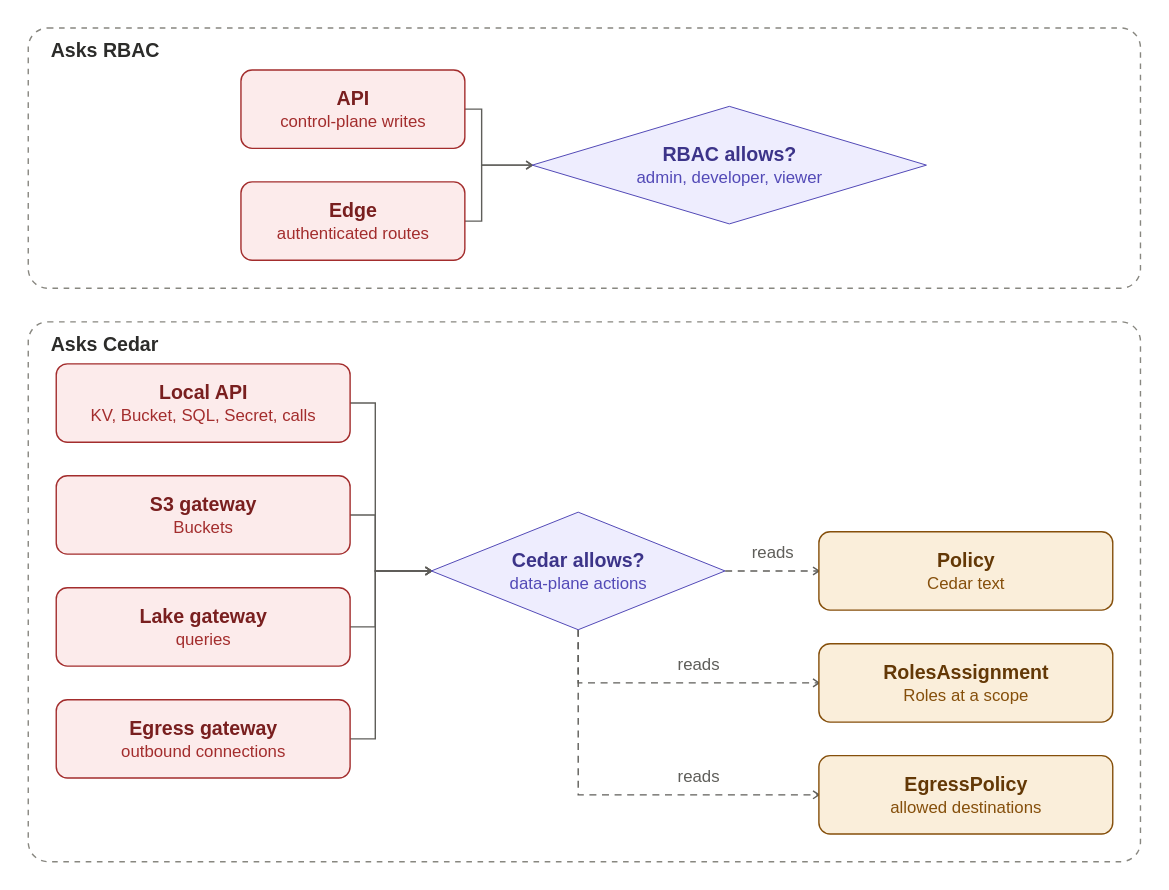
pyvvo/funcd keeps this draw.io diagram as docs/guide/assets/security.drawio.svg. Above is the earlier version. Source tidied: cells renumbered, new cells last; positions are measured from the earlier drawing's top-left corner, leaving out a move shared by most shapes.
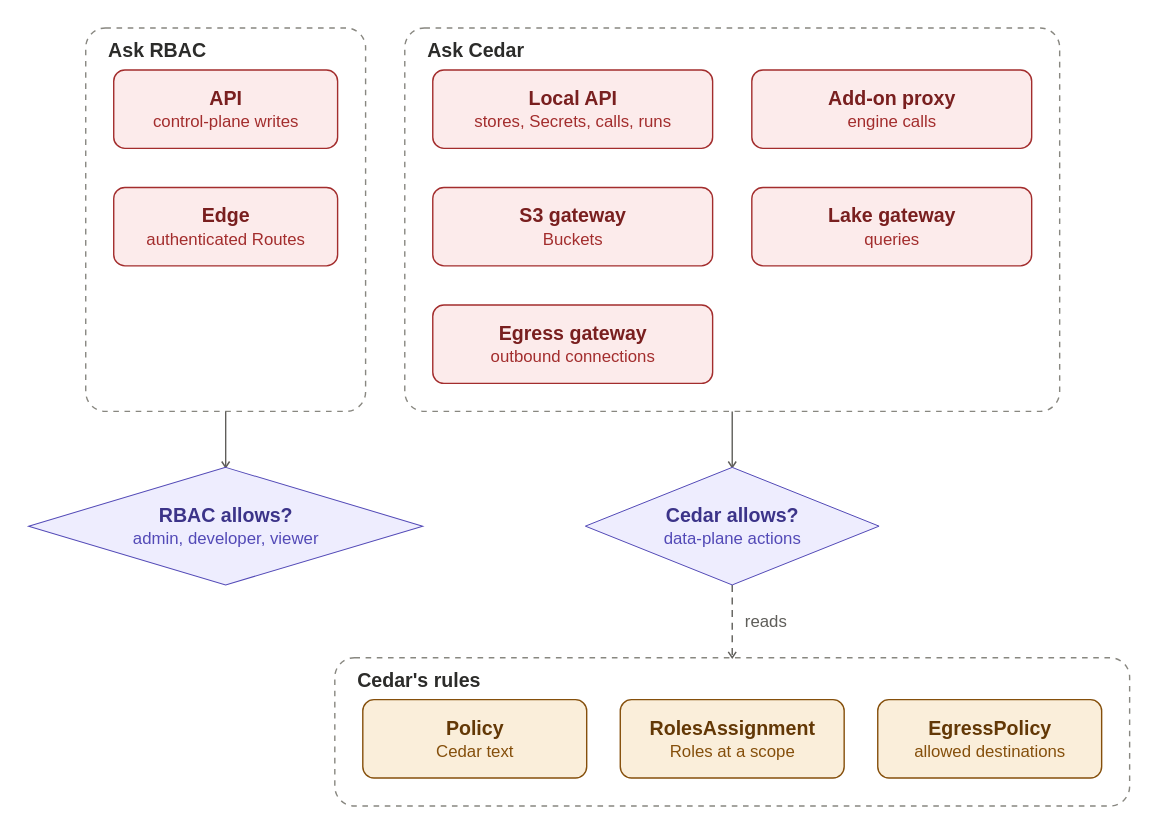
After the commit.

Diff of the diagram source:
```diff
@@ -2,113 +2,61 @@
   <root>
     <mxCell id="0" />
     <mxCell id="1" parent="0" />
-    <mxCell id="2" value="Asks RBAC" style="rounded=1;absoluteArcSize=1;arcSize=28;dashed=1;fillColor=none;strokeColor=#888780;fontStyle=1;fontSize=14;fontColor=#2C2C2A;align=left;verticalAlign=top;spacingLeft=10;spacingTop=2;html=1;" parent="1" vertex="1">
-      <mxGeometry width="794.8" height="186" as="geometry" />
+    <mxCell id="2" value="Ask RBAC" style="rounded=1;absoluteArcSize=1;arcSize=28;dashed=1;fillColor=none;strokeColor=#888780;fontStyle=1;fontSize=14;fontColor=#2C2C2A;align=left;verticalAlign=top;spacingLeft=10;spacingTop=2;html=1;" parent="1" vertex="1">
+      <mxGeometry width="200" height="274" as="geometry" />
     </mxCell>
     <mxCell id="3" value="&lt;b&gt;API&lt;/b&gt;&lt;br&gt;&lt;font style=&quot;font-size:12px&quot; color=&quot;#A32D2D&quot;&gt;control-plane writes&lt;/font&gt;" style="rounded=1;absoluteArcSize=1;arcSize=16;whiteSpace=wrap;html=1;fillColor=#FCEBEB;strokeColor=#A32D2D;fontColor=#791F1F;fontSize=14;" parent="2" vertex="1">
-      <mxGeometry x="152" y="30" width="160" height="56" as="geometry" />
+      <mxGeometry x="20" y="30" width="160" height="56" as="geometry" />
     </mxCell>
-    <mxCell id="4" value="&lt;b&gt;Edge&lt;/b&gt;&lt;br&gt;&lt;font style=&quot;font-size:12px&quot; color=&quot;#A32D2D&quot;&gt;authenticated routes&lt;/font&gt;" style="rounded=1;absoluteArcSize=1;arcSize=16;whiteSpace=wrap;html=1;fillColor=#FCEBEB;strokeColor=#A32D2D;fontColor=#791F1F;fontSize=14;" parent="2" vertex="1">
-      <mxGeometry x="152" y="110" width="160" height="56" as="geometry" />
+    <mxCell id="4" value="&lt;b&gt;Edge&lt;/b&gt;&lt;br&gt;&lt;font style=&quot;font-size:12px&quot; color=&quot;#A32D2D&quot;&gt;authenticated Routes&lt;/font&gt;" style="rounded=1;absoluteArcSize=1;arcSize=16;whiteSpace=wrap;html=1;fillColor=#FCEBEB;strokeColor=#A32D2D;fontColor=#791F1F;fontSize=14;" parent="2" vertex="1">
+      <mxGeometry x="20" y="114" width="160" height="56" as="geometry" />
     </mxCell>
-    <mxCell id="5" value="&lt;b&gt;RBAC allows?&lt;/b&gt;&lt;br&gt;&lt;font style=&quot;font-size:12px&quot; color=&quot;#534AB7&quot;&gt;admin, developer, viewer&lt;/font&gt;" style="rhombus;whiteSpace=wrap;html=1;fillColor=#EEEDFE;strokeColor=#534AB7;fontColor=#3C3489;fontSize=14;" parent="2" vertex="1">
-      <mxGeometry x="360" y="56" width="282" height="84" as="geometry" />
+    <mxCell id="5" value="Ask Cedar" style="rounded=1;absoluteArcSize=1;arcSize=28;dashed=1;fillColor=none;strokeColor=#888780;fontStyle=1;fontSize=14;fontColor=#2C2C2A;align=left;verticalAlign=top;spacingLeft=10;spacingTop=2;html=1;" parent="1" vertex="1">
+      <mxGeometry x="228" width="468" height="274" as="geometry" />
     </mxCell>
-    <mxCell id="6" value="Asks Cedar" style="rounded=1;absoluteArcSize=1;arcSize=28;dashed=1;fillColor=none;strokeColor=#888780;fontStyle=1;fontSize=14;fontColor=#2C2C2A;align=left;verticalAlign=top;spacingLeft=10;spacingTop=2;html=1;" parent="1" vertex="1">
-      <mxGeometry y="210" width="794.8" height="385.8" as="geometry" />
+    <mxCell id="6" value="&lt;b&gt;Local API&lt;/b&gt;&lt;br&gt;&lt;font style=&quot;font-size:12px&quot; color=&quot;#A32D2D&quot;&gt;stores, Secrets, calls, runs&lt;/font&gt;" style="rounded=1;absoluteArcSize=1;arcSize=16;whiteSpace=wrap;html=1;fillColor=#FCEBEB;strokeColor=#A32D2D;fontColor=#791F1F;fontSize=14;" parent="5" vertex="1">
+      <mxGeometry x="20" y="30" width="200" height="56" as="geometry" />
     </mxCell>
-    <mxCell id="7" value="&lt;b&gt;Local API&lt;/b&gt;&lt;br&gt;&lt;font style=&quot;font-size:12px&quot; color=&quot;#A32D2D&quot;&gt;KV, Bucket, SQL, Secret, calls&lt;/font&gt;" style="rounded=1;absoluteArcSize=1;arcSize=16;whiteSpace=wrap;html=1;fillColor=#FCEBEB;strokeColor=#A32D2D;fontColor=#791F1F;fontSize=14;" parent="6" vertex="1">
-      <mxGeometry x="20" y="30" width="210" height="56" as="geometry" />
+    <mxCell id="7" value="&lt;b&gt;Add-on proxy&lt;/b&gt;&lt;br&gt;&lt;font style=&quot;font-size:12px&quot; color=&quot;#A32D2D&quot;&gt;engine calls&lt;/font&gt;" style="rounded=1;absoluteArcSize=1;arcSize=16;whiteSpace=wrap;html=1;fillColor=#FCEBEB;strokeColor=#A32D2D;fontColor=#791F1F;fontSize=14;" parent="5" vertex="1">
+      <mxGeometry x="248" y="30" width="200" height="56" as="geometry" />
     </mxCell>
-    <mxCell id="8" value="&lt;b&gt;S3 gateway&lt;/b&gt;&lt;br&gt;&lt;font style=&quot;font-size:12px&quot; color=&quot;#A32D2D&quot;&gt;Buckets&lt;/font&gt;" style="rounded=1;absoluteArcSize=1;arcSize=16;whiteSpace=wrap;html=1;fillColor=#FCEBEB;strokeColor=#A32D2D;fontColor=#791F1F;fontSize=14;" parent="6" vertex="1">
-      <mxGeometry x="20" y="110" width="210" height="56" as="geometry" />
+    <mxCell id="8" value="&lt;b&gt;S3 gateway&lt;/b&gt;&lt;br&gt;&lt;font style=&quot;font-size:12px&quot; color=&quot;#A32D2D&quot;&gt;Buckets&lt;/font&gt;" style="rounded=1;absoluteArcSize=1;arcSize=16;whiteSpace=wrap;html=1;fillColor=#FCEBEB;strokeColor=#A32D2D;fontColor=#791F1F;fontSize=14;" parent="5" vertex="1">
+      <mxGeometry x="20" y="114" width="200" height="56" as="geometry" />
     </mxCell>
-    <mxCell id="9" value="&lt;b&gt;Lake gateway&lt;/b&gt;&lt;br&gt;&lt;font style=&quot;font-size:12px&quot; color=&quot;#A32D2D&quot;&gt;queries&lt;/font&gt;" style="rounded=1;absoluteArcSize=1;arcSize=16;whiteSpace=wrap;html=1;fillColor=#FCEBEB;strokeColor=#A32D2D;fontColor=#791F1F;fontSize=14;" parent="6" vertex="1">
-      <mxGeometry x="20" y="190" width="210" height="56" as="geometry" />
+    <mxCell id="9" value="&lt;b&gt;Lake gateway&lt;/b&gt;&lt;br&gt;&lt;font style=&quot;font-size:12px&quot; color=&quot;#A32D2D&quot;&gt;queries&lt;/font&gt;" style="rounded=1;absoluteArcSize=1;arcSize=16;whiteSpace=wrap;html=1;fillColor=#FCEBEB;strokeColor=#A32D2D;fontColor=#791F1F;fontSize=14;" parent="5" vertex="1">
+      <mxGeometry x="248" y="114" width="200" height="56" as="geometry" />
     </mxCell>
-    <mxCell id="10" value="&lt;b&gt;Egress gateway&lt;/b&gt;&lt;br&gt;&lt;font style=&quot;font-size:12px&quot; color=&quot;#A32D2D&quot;&gt;outbound connections&lt;/font&gt;" style="rounded=1;absoluteArcSize=1;arcSize=16;whiteSpace=wrap;html=1;fillColor=#FCEBEB;strokeColor=#A32D2D;fontColor=#791F1F;fontSize=14;" parent="6" vertex="1">
-      <mxGeometry x="20" y="270" width="210" height="56" as="geometry" />
+    <mxCell id="10" value="&lt;b&gt;Egress gateway&lt;/b&gt;&lt;br&gt;&lt;font style=&quot;font-size:12px&quot; color=&quot;#A32D2D&quot;&gt;outbound connections&lt;/font&gt;" style="rounded=1;absoluteArcSize=1;arcSize=16;whiteSpace=wrap;html=1;fillColor=#FCEBEB;strokeColor=#A32D2D;fontColor=#791F1F;fontSize=14;" parent="5" vertex="1">
+      <mxGeometry x="20" y="198" width="200" height="56" as="geometry" />
     </mxCell>
-    <mxCell id="11" value="&lt;b&gt;Cedar allows?&lt;/b&gt;&lt;br&gt;&lt;font style=&quot;font-size:12px&quot; color=&quot;#534AB7&quot;&gt;data-plane actions&lt;/font&gt;" style="rhombus;whiteSpace=wrap;html=1;fillColor=#EEEDFE;strokeColor=#534AB7;fontColor=#3C3489;fontSize=14;" parent="6" vertex="1">
-      <mxGeometry x="288" y="136" width="210" height="84" as="geometry" />
+    <mxCell id="11" value="&lt;b&gt;RBAC allows?&lt;/b&gt;&lt;br&gt;&lt;font style=&quot;font-size:12px&quot; color=&quot;#534AB7&quot;&gt;admin, developer, viewer&lt;/font&gt;" style="rhombus;whiteSpace=wrap;html=1;fillColor=#EEEDFE;strokeColor=#534AB7;fontColor=#3C3489;fontSize=14;" parent="1" vertex="1">
+      <mxGeometry x="-41" y="314" width="282" height="84" as="geometry" />
     </mxCell>
-    <mxCell id="12" value="&lt;b&gt;Policy&lt;/b&gt;&lt;br&gt;&lt;font style=&quot;font-size:12px&quot; color=&quot;#854F0B&quot;&gt;Cedar text&lt;/font&gt;" style="rounded=1;absoluteArcSize=1;arcSize=16;whiteSpace=wrap;html=1;fillColor=#FAEEDA;strokeColor=#854F0B;fontColor=#633806;fontSize=14;" parent="6" vertex="1">
-      <mxGeometry x="565" y="150" width="210" height="56" as="geometry" />
+    <mxCell id="12" value="&lt;b&gt;Cedar allows?&lt;/b&gt;&lt;br&gt;&lt;font style=&quot;font-size:12px&quot; color=&quot;#534AB7&quot;&gt;data-plane actions&lt;/font&gt;" style="rhombus;whiteSpace=wrap;html=1;fillColor=#EEEDFE;strokeColor=#534AB7;fontColor=#3C3489;fontSize=14;" parent="1" vertex="1">
+      <mxGeometry x="357" y="314" width="210" height="84" as="geometry" />
     </mxCell>
-    <mxCell id="13" value="&lt;b&gt;RolesAssignment&lt;/b&gt;&lt;br&gt;&lt;font style=&quot;font-size:12px&quot; color=&quot;#854F0B&quot;&gt;Roles at a scope&lt;/font&gt;" style="rounded=1;absoluteArcSize=1;arcSize=16;whiteSpace=wrap;html=1;fillColor=#FAEEDA;strokeColor=#854F0B;fontColor=#633806;fontSize=14;" parent="6" vertex="1">
-      <mxGeometry x="565" y="230" width="210" height="56" as="geometry" />
+    <mxCell id="13" value="Cedar's rules" style="rounded=1;absoluteArcSize=1;arcSize=28;dashed=1;fillColor=none;strokeColor=#888780;fontStyle=1;fontSize=14;fontColor=#2C2C2A;align=left;verticalAlign=top;spacingLeft=10;spacingTop=2;html=1;" parent="1" vertex="1">
+      <mxGeometry x="178" y="450" width="568" height="106" as="geometry" />
     </mxCell>
-    <mxCell id="14" value="&lt;b&gt;EgressPolicy&lt;/b&gt;&lt;br&gt;&lt;font style=&quot;font-size:12px&quot; color=&quot;#854F0B&quot;&gt;allowed destinations&lt;/font&gt;" style="rounded=1;absoluteArcSize=1;arcSize=16;whiteSpace=wrap;html=1;fillColor=#FAEEDA;strokeColor=#854F0B;fontColor=#633806;fontSize=14;" parent="6" vertex="1">
-      <mxGeometry x="565" y="310" width="210" height="56" as="geometry" />
+    <mxCell id="14" value="&lt;b&gt;Policy&lt;/b&gt;&lt;br&gt;&lt;font style=&quot;font-size:12px&quot; color=&quot;#854F0B&quot;&gt;Cedar text&lt;/font&gt;" style="rounded=1;absoluteArcSize=1;arcSize=16;whiteSpace=wrap;html=1;fillColor=#FAEEDA;strokeColor=#854F0B;fontColor=#633806;fontSize=14;" parent="13" vertex="1">
+      <mxGeometry x="20" y="30" width="160" height="56" as="geometry" />
     </mxCell>
+    <mxCell id="24" value="&lt;b&gt;RolesAssignment&lt;/b&gt;&lt;br&gt;&lt;font style=&quot;font-size:12px&quot; color=&quot;#854F0B&quot;&gt;Roles at a scope&lt;/font&gt;" style="rounded=1;absoluteArcSize=1;arcSize=16;whiteSpace=wrap;html=1;fillColor=#FAEEDA;strokeColor=#854F0B;fontColor=#633806;fontSize=14;" parent="13" vertex="1">
+      <mxGeometry x="204" y="30" width="160" height="56" as="geometry" />
+    </mxCell>
+    <mxCell id="25" value="&lt;b&gt;EgressPolicy&lt;/b&gt;&lt;br&gt;&lt;font style=&quot;font-size:12px&quot; color=&quot;#854F0B&quot;&gt;allowed destinations&lt;/font&gt;" style="rounded=1;absoluteArcSize=1;arcSize=16;whiteSpace=wrap;html=1;fillColor=#FAEEDA;strokeColor=#854F0B;fontColor=#633806;fontSize=14;" parent="13" vertex="1">
+      <mxGeometry x="388" y="30" width="160" height="56" as="geometry" />
+    </mxCell>
-    <mxCell id="15" style="edgeStyle=orthogonalEdgeStyle;rounded=0;html=1;jettySize=auto;strokeColor=#5F5E5A;fontColor=#5F5E5A;fontSize=12;labelBackgroundColor=#FFFFFF;endSize=7;endArrow=open;endFill=0;exitX=1;exitY=0.5;exitDx=0;exitDy=0;exitPerimeter=0;entryX=0;entryY=0.5;entryDx=0;entryDy=0;entryPerimeter=0;" parent="1" edge="1" source="3" target="5">
-      <mxGeometry relative="1" as="geometry">
-        <Array as="points">
-          <mxPoint x="324" y="58" />
-          <mxPoint x="324" y="98" />
-        </Array>
-      </mxGeometry>
+    <mxCell id="15" style="edgeStyle=orthogonalEdgeStyle;rounded=0;html=1;jettySize=auto;strokeColor=#5F5E5A;fontColor=#5F5E5A;fontSize=12;labelBackgroundColor=#FFFFFF;endSize=7;endArrow=open;endFill=0;exitX=0.5;exitY=1;exitDx=0;exitDy=0;exitPerimeter=0;entryX=0.5;entryY=0;entryDx=0;entryDy=0;entryPerimeter=0;" parent="1" edge="1" source="2" target="11">
+      <mxGeometry relative="1" as="geometry" />
     </mxCell>
-    <mxCell id="16" style="edgeStyle=orthogonalEdgeStyle;rounded=0;html=1;jettySize=auto;strokeColor=#5F5E5A;fontColor=#5F5E5A;fontSize=12;labelBackgroundColor=#FFFFFF;endSize=7;endArrow=open;endFill=0;exitX=1;exitY=0.5;exitDx=0;exitDy=0;exitPerimeter=0;entryX=0;entryY=0.5;entryDx=0;entryDy=0;entryPerimeter=0;" parent="1" edge="1" source="4" target="5">
-      <mxGeometry relative="1" as="geometry">
-        <Array as="points">
-          <mxPoint x="324" y="138" />
-          <mxPoint x="324" y="98" />
-        </Array>
-      </mxGeometry>
+    <mxCell id="16" style="edgeStyle=orthogonalEdgeStyle;rounded=0;html=1;jettySize=auto;strokeColor=#5F5E5A;fontColor=#5F5E5A;fontSize=12;labelBackgroundColor=#FFFFFF;endSize=7;endArrow=open;endFill=0;exitX=0.5;exitY=1;exitDx=0;exitDy=0;exitPerimeter=0;entryX=0.5;entryY=0;entryDx=0;entryDy=0;entryPerimeter=0;" parent="1" edge="1" source="5" target="12">
+      <mxGeometry relative="1" as="geometry" />
     </mxCell>
-    <mxCell id="17" style="edgeStyle=orthogonalEdgeStyle;rounded=0;html=1;jettySize=auto;strokeColor=#5F5E5A;fontColor=#5F5E5A;fontSize=12;labelBackgroundColor=#FFFFFF;endSize=7;endArrow=open;endFill=0;exitX=1;exitY=0.5;exitDx=0;exitDy=0;exitPerimeter=0;entryX=0;entryY=0.5;entryDx=0;entryDy=0;entryPerimeter=0;" parent="1" edge="1" source="7" target="11">
+    <mxCell id="17" value="reads" style="edgeStyle=orthogonalEdgeStyle;rounded=0;html=1;jettySize=auto;strokeColor=#5F5E5A;fontColor=#5F5E5A;fontSize=12;labelBackgroundColor=#FFFFFF;endSize=7;dashed=1;endArrow=open;endFill=0;exitX=0.5;exitY=1;exitDx=0;exitDy=0;exitPerimeter=0;entryX=0.5;entryY=0;entryDx=0;entryDy=0;entryPerimeter=0;" parent="1" edge="1" source="12" target="13">
       <mxGeometry relative="1" as="geometry">
-        <Array as="points">
-          <mxPoint x="248" y="268" />
-          <mxPoint x="248" y="388" />
-        </Array>
+        <mxPoint x="24" as="offset" />
       </mxGeometry>
     </mxCell>
-    <mxCell id="18" style="edgeStyle=orthogonalEdgeStyle;rounded=0;html=1;jettySize=auto;strokeColor=#5F5E5A;fontColor=#5F5E5A;fontSize=12;labelBackgroundColor=#FFFFFF;endSize=7;endArrow=open;endFill=0;exitX=1;exitY=0.5;exitDx=0;exitDy=0;exitPerimeter=0;entryX=0;entryY=0.5;entryDx=0;entryDy=0;entryPerimeter=0;" parent="1" edge="1" source="8" target="11">
-      <mxGeometry relative="1" as="geometry">
-        <Array as="points">
-          <mxPoint x="248" y="348" />
-          <mxPoint x="248" y="388" />
-        </Array>
-      </mxGeometry>
-    </mxCell>
-    <mxCell id="19" style="edgeStyle=orthogonalEdgeStyle;rounded=0;html=1;jettySize=auto;strokeColor=#5F5E5A;fontColor=#5F5E5A;fontSize=12;labelBackgroundColor=#FFFFFF;endSize=7;endArrow=open;endFill=0;exitX=1;exitY=0.5;exitDx=0;exitDy=0;exitPerimeter=0;entryX=0;entryY=0.5;entryDx=0;entryDy=0;entryPerimeter=0;" parent="1" edge="1" source="9" target="11">
-      <mxGeometry relative="1" as="geometry">
-        <Array as="points">
-          <mxPoint x="248" y="428" />
-          <mxPoint x="248" y="388" />
-        </Array>
-      </mxGeometry>
-    </mxCell>
-    <mxCell id="20" style="edgeStyle=orthogonalEdgeStyle;rounded=0;html=1;jettySize=auto;strokeColor=#5F5E5A;fontColor=#5F5E5A;fontSize=12;labelBackgroundColor=#FFFFFF;endSize=7;endArrow=open;endFill=0;exitX=1;exitY=0.5;exitDx=0;exitDy=0;exitPerimeter=0;entryX=0;entryY=0.5;entryDx=0;entryDy=0;entryPerimeter=0;" parent="1" edge="1" source="10" target="11">
-      <mxGeometry relative="1" as="geometry">
-        <Array as="points">
-          <mxPoint x="248" y="508" />
-          <mxPoint x="248" y="388" />
-        </Array>
-      </mxGeometry>
-    </mxCell>
-    <mxCell id="21" value="reads" style="edgeStyle=orthogonalEdgeStyle;rounded=0;html=1;jettySize=auto;strokeColor=#5F5E5A;fontColor=#5F5E5A;fontSize=12;labelBackgroundColor=#FFFFFF;endSize=7;dashed=1;endArrow=open;endFill=0;exitX=1;exitY=0.5;exitDx=0;exitDy=0;exitPerimeter=0;entryX=0;entryY=0.5;entryDx=0;entryDy=0;entryPerimeter=0;" parent="1" edge="1" source="11" target="12">
-      <mxGeometry relative="1" as="geometry">
-        <mxPoint y="-13" as="offset" />
-      </mxGeometry>
-    </mxCell>
-    <mxCell id="22" value="reads" style="edgeStyle=orthogonalEdgeStyle;rounded=0;html=1;jettySize=auto;strokeColor=#5F5E5A;fontColor=#5F5E5A;fontSize=12;labelBackgroundColor=#FFFFFF;endSize=7;dashed=1;endArrow=open;endFill=0;exitX=0.5;exitY=1;exitDx=0;exitDy=0;exitPerimeter=0;entryX=0;entryY=0.5;entryDx=0;entryDy=0;entryPerimeter=0;" parent="1" edge="1" source="11" target="13">
-      <mxGeometry x="0.18" relative="1" as="geometry">
-        <Array as="points">
-          <mxPoint x="393" y="468" />
-        </Array>
-        <mxPoint y="-13" as="offset" />
-      </mxGeometry>
-    </mxCell>
-    <mxCell id="23" value="reads" style="edgeStyle=orthogonalEdgeStyle;rounded=0;html=1;jettySize=auto;strokeColor=#5F5E5A;fontColor=#5F5E5A;fontSize=12;labelBackgroundColor=#FFFFFF;endSize=7;dashed=1;endArrow=open;endFill=0;exitX=0.5;exitY=1;exitDx=0;exitDy=0;exitPerimeter=0;entryX=0;entryY=0.5;entryDx=0;entryDy=0;entryPerimeter=0;" parent="1" edge="1" source="11" target="14">
-      <mxGeometry x="0.41" relative="1" as="geometry">
-        <Array as="points">
-          <mxPoint x="393" y="548" />
-        </Array>
-        <mxPoint y="-13" as="offset" />
-      </mxGeometry>
-    </mxCell>
   </root>
 </mxGraphModel>
```
